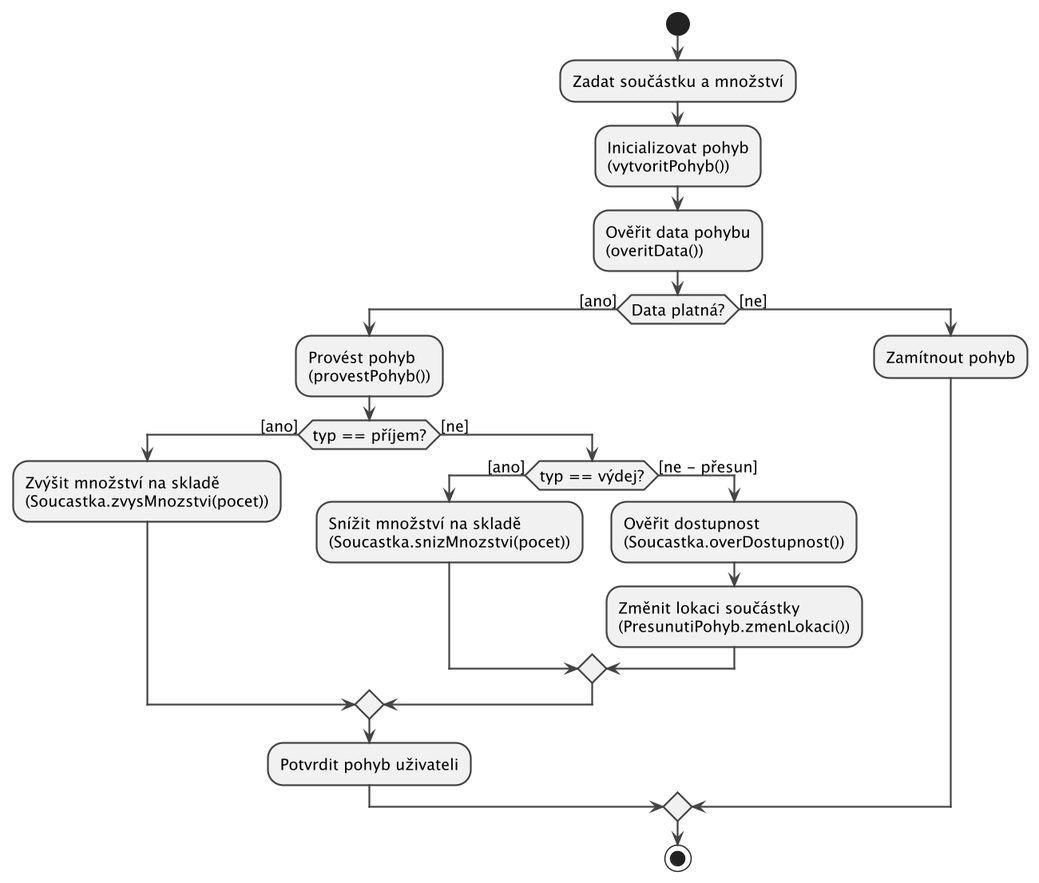
This is docs/images/12_activity_wms.png from lkvapil/kOdevzdaniProjektWMS, a PlantUML export, as it was before one commit. Its diagram source:
```plantuml
@startuml
scale 1.5
skinparam defaultFontSize 13
skinparam ArrowThickness 1.5
skinparam ActivityBorderThickness 1.5
skinparam ActivityDiamondBorderThickness 1.5
skinparam ActivityBorderColor #444444
skinparam ActivityDiamondBorderColor #444444
skinparam ArrowColor #444444

start

:Zadat součástku a množství;
:Inicializovat pohyb\n(vytvoritPohyb());
:Ověřit data pohybu\n(overitData());

if (Data platná?) then ([ano])
  :Provést pohyb\n(provestPohyb());

  if (typ == příjem?) then ([ano])
    :Zvýšit množství na skladě\n(Soucastka.zvysMnozstvi(pocet));
  else ([ne])
    if (typ == výdej?) then ([ano])
      :Snížit množství na skladě\n(Soucastka.snizMnozstvi(pocet));
    else ([ne - přesun])
      :Ověřit dostupnost\n(Soucastka.overDostupnost());
      :Změnit lokaci součástky\n(PresunutiPohyb.zmenLokaci());
    endif
  endif

  :Potvrdit pohyb uživateli;

else ([ne])
  :Zamítnout pohyb;
endif

stop
@enduml
```
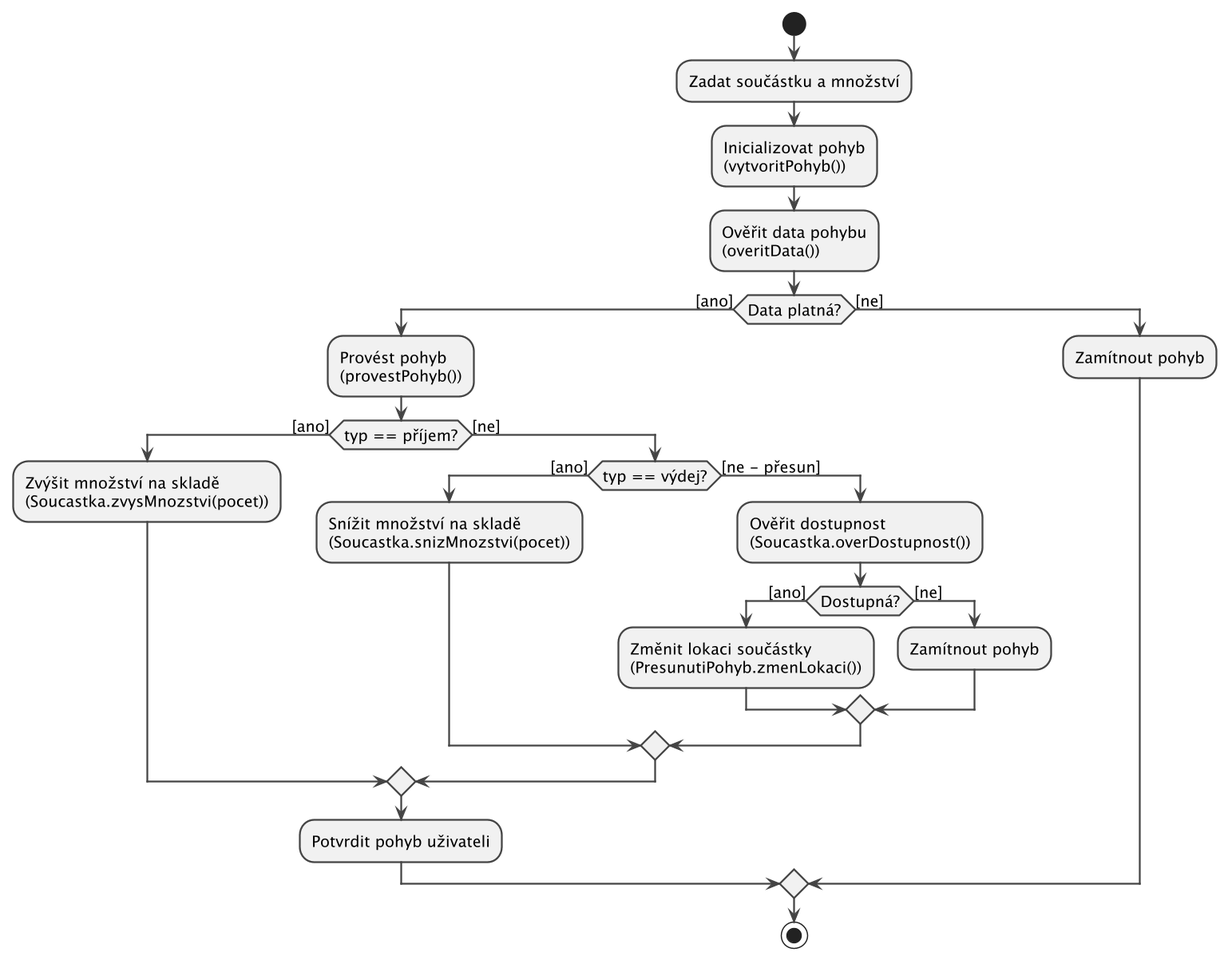
The same diagram one commit later.

What changed in the source:
```diff
@@ -24,7 +24,11 @@
       :Snížit množství na skladě\n(Soucastka.snizMnozstvi(pocet));
     else ([ne - přesun])
       :Ověřit dostupnost\n(Soucastka.overDostupnost());
-      :Změnit lokaci součástky\n(PresunutiPohyb.zmenLokaci());
+      if (Dostupná?) then ([ano])
+        :Změnit lokaci součástky\n(PresunutiPohyb.zmenLokaci());
+      else ([ne])
+        :Zamítnout pohyb;
+      endif
     endif
   endif
 
```
